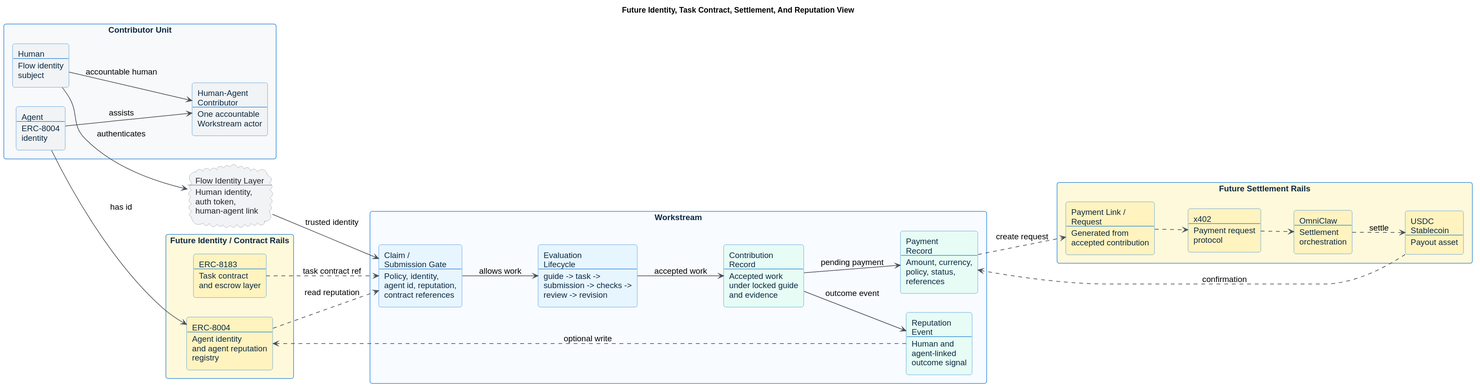
jorshimayor/workstream keeps this PlantUML diagram as docs/diagrams/rendered/future_identity_payment_reputation.svg. Above is the earlier version. The source it was exported from:
```plantuml
@startuml
title Future Identity, Task Contract, Settlement, And Reputation View

left to right direction

skinparam backgroundColor #FFFFFF
skinparam shadowing false
skinparam roundcorner 8
skinparam defaultFontName Arial
skinparam defaultFontSize 15
skinparam ArrowColor #495057
skinparam ArrowThickness 1.2
skinparam packageStyle rectangle
skinparam rectangle {
  BorderColor #1C7ED6
  BackgroundColor #E7F5FF
  FontColor #0B2942
}
skinparam cloud {
  BorderColor #868E96
  BackgroundColor #F1F3F5
  FontColor #212529
}

package "Contributor Unit" #F8F9FA {
  rectangle "Human\n----\nFlow identity\nsubject" as human #F1F3F5
  rectangle "Agent\n----\nERC-8004\nidentity" as agent #F1F3F5
  rectangle "Human-Agent\nContributor\n----\nOne accountable\nWorkstream actor" as contributor #F1F3F5
}

cloud "Flow Identity Layer\n----\nHuman identity,\nauth token,\nhuman-agent link" as flow_identity

package "Future Identity / Contract Rails" #FFF9DB {
  rectangle "ERC-8004\n----\nAgent identity\nand agent reputation\nregistry" as erc8004 #FFF3BF
  rectangle "ERC-8183\n----\nTask contract\nand escrow layer" as erc8183 #FFF3BF
}

package "Workstream" #F8FBFF {
  rectangle "Claim /\nSubmission Gate\n----\nPolicy, identity,\nagent id, reputation,\ncontract references" as gate
  rectangle "Evaluation\nLifecycle\n----\nguide -> task ->\nsubmission -> checks ->\nreview -> revision" as lifecycle
  rectangle "Contribution\nRecord\n----\nAccepted work\nunder locked guide\nand evidence" as contribution #E6FCF5
  rectangle "Payment\nRecord\n----\nAmount, currency,\npolicy, status,\nreferences" as payment_record #E6FCF5
  rectangle "Reputation\nEvent\n----\nHuman and\nagent-linked\noutcome signal" as reputation_record #E6FCF5
}

package "Future Settlement Rails" #FFF9DB {
  rectangle "Payment Link /\nRequest\n----\nGenerated from\naccepted contribution" as payment_link #FFF3BF
  rectangle "x402\n----\nPayment request\nprotocol" as x402 #FFF3BF
  rectangle "OmniClaw\n----\nSettlement\norchestration" as omniclaw #FFF3BF
  rectangle "USDC\nStablecoin\n----\nPayout asset" as usdc #FFF3BF
}

human --> contributor : accountable human
agent --> contributor : assists
human --> flow_identity : authenticates
flow_identity --> gate : trusted identity
agent --> erc8004 : has id
erc8004 ..> gate : read reputation
erc8183 ..> gate : task contract ref

gate --> lifecycle : allows work
lifecycle --> contribution : accepted work
contribution --> payment_record : pending payment
contribution --> reputation_record : outcome event

payment_record ..> payment_link : create request
payment_link ..> x402
x402 ..> omniclaw
omniclaw ..> usdc : settle
usdc ..> payment_record : confirmation
reputation_record ..> erc8004 : optional write
@enduml
```
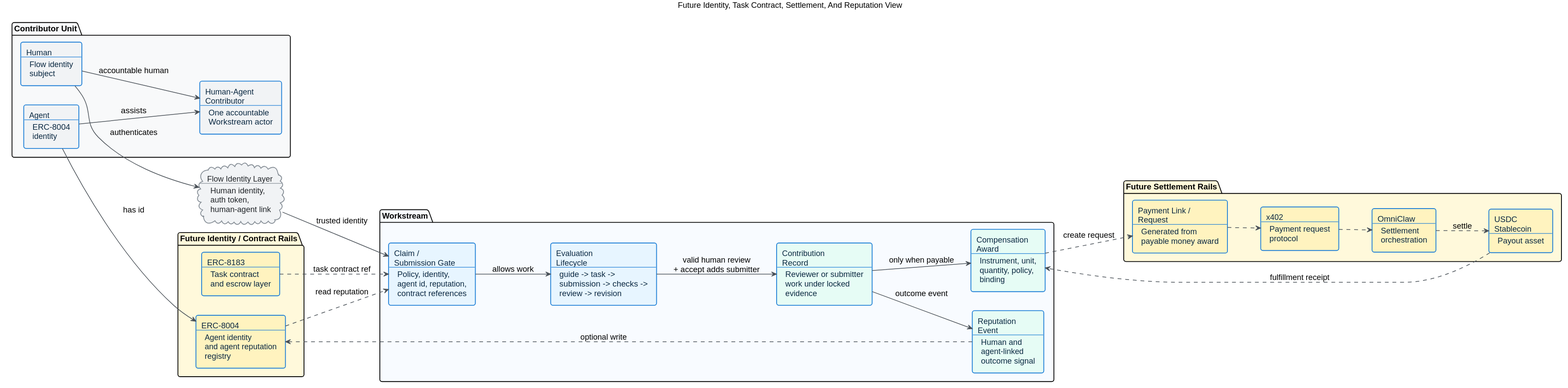
Above is the later version.

Diff of the diagram source:
```diff
@@ -1,4 +1,4 @@
-@startuml
+@startuml future_identity_payment_reputation
 title Future Identity, Task Contract, Settlement, And Reputation View
 
 left to right direction
@@ -38,13 +38,13 @@
 package "Workstream" #F8FBFF {
   rectangle "Claim /\nSubmission Gate\n----\nPolicy, identity,\nagent id, reputation,\ncontract references" as gate
   rectangle "Evaluation\nLifecycle\n----\nguide -> task ->\nsubmission -> checks ->\nreview -> revision" as lifecycle
-  rectangle "Contribution\nRecord\n----\nAccepted work\nunder locked guide\nand evidence" as contribution #E6FCF5
-  rectangle "Payment\nRecord\n----\nAmount, currency,\npolicy, status,\nreferences" as payment_record #E6FCF5
+  rectangle "Contribution\nRecord\n----\nReviewer or submitter\nwork under locked\nevidence" as contribution #E6FCF5
+  rectangle "Compensation\nAward\n----\nInstrument, unit,\nquantity, policy,\nbinding" as compensation_award #E6FCF5
   rectangle "Reputation\nEvent\n----\nHuman and\nagent-linked\noutcome signal" as reputation_record #E6FCF5
 }
 
 package "Future Settlement Rails" #FFF9DB {
-  rectangle "Payment Link /\nRequest\n----\nGenerated from\naccepted contribution" as payment_link #FFF3BF
+  rectangle "Payment Link /\nRequest\n----\nGenerated from\npayable money award" as payment_link #FFF3BF
   rectangle "x402\n----\nPayment request\nprotocol" as x402 #FFF3BF
   rectangle "OmniClaw\n----\nSettlement\norchestration" as omniclaw #FFF3BF
   rectangle "USDC\nStablecoin\n----\nPayout asset" as usdc #FFF3BF
@@ -59,14 +59,15 @@
 erc8183 ..> gate : task contract ref
 
 gate --> lifecycle : allows work
-lifecycle --> contribution : accepted work
-contribution --> payment_record : pending payment
+lifecycle --> contribution : valid human review\n+ accept adds submitter
+contribution --> compensation_award : only when payable
 contribution --> reputation_record : outcome event
 
-payment_record ..> payment_link : create request
+compensation_award ..> payment_link : create request
 payment_link ..> x402
 x402 ..> omniclaw
 omniclaw ..> usdc : settle
-usdc ..> payment_record : confirmation
+usdc ..> compensation_award : fulfillment receipt
 reputation_record ..> erc8004 : optional write
+
 @enduml
```
